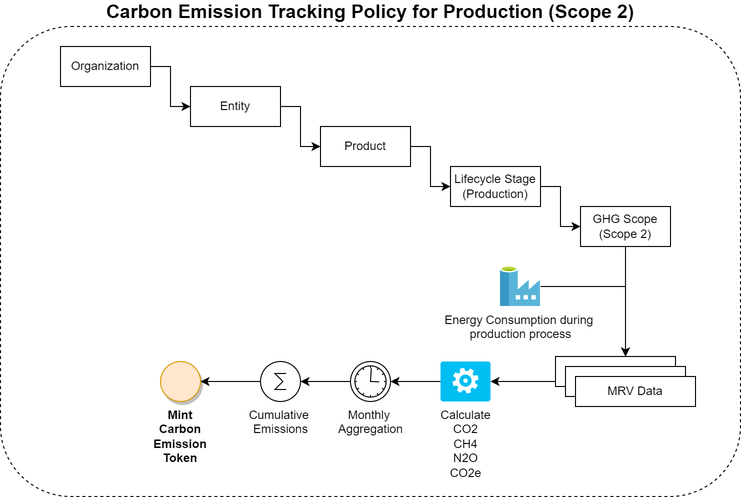
hashgraph/guardian keeps this draw.io diagram as Demo Artifacts/atma GHG Scope II/ProcessOverview.png. Above is the earlier version. Source tidied: cells renumbered, new cells last; positions are measured from the earlier drawing's top-left corner, leaving out a move shared by most shapes.
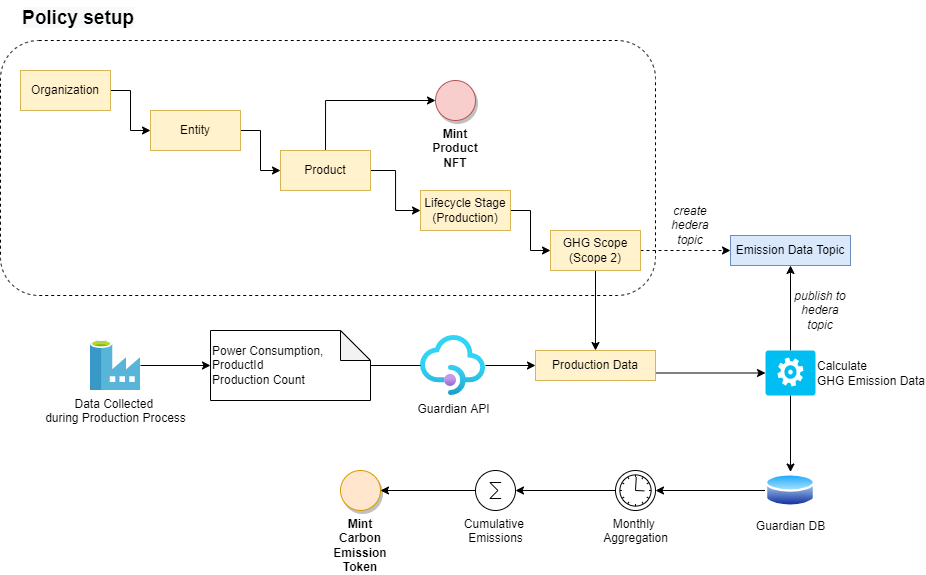
The same file after the commit.

Commit message:
updated atma ghg scope 2 policy + how-to guide with postman collection for setup

The edit, as a diff of the source:
```diff
@@ -2,82 +2,121 @@
   <root>
     <mxCell id="0" />
     <mxCell id="1" parent="0" />
-    <mxCell id="2" value="&lt;b style=&quot;font-size: 19px;&quot;&gt;Carbon Emission Tracking Policy for Production (Scope 2)&lt;/b&gt;" style="rounded=1;whiteSpace=wrap;html=1;dashed=1;fillColor=none;labelPosition=center;verticalLabelPosition=top;align=center;verticalAlign=bottom;fontSize=19;" parent="1" vertex="1">
-      <mxGeometry width="740" height="470" as="geometry" />
-    </mxCell>
+    <mxCell id="27" style="rounded=1;whiteSpace=wrap;html=1;fillColor=none;dashed=1;" parent="1" vertex="1">
+      <mxGeometry x="60" y="180" width="655" height="255" as="geometry" />
+    </mxCell>
     <mxCell id="3" style="edgeStyle=orthogonalEdgeStyle;rounded=0;jettySize=auto;html=1;" parent="1" edge="1" source="4" target="6">
       <mxGeometry relative="1" as="geometry" />
     </mxCell>
-    <mxCell id="4" value="Organization" style="rounded=0;whiteSpace=wrap;html=1;" parent="1" vertex="1">
-      <mxGeometry x="60" y="20" width="90" height="40" as="geometry" />
+    <mxCell id="4" value="Organization" style="rounded=0;whiteSpace=wrap;html=1;fillColor=#fff2cc;strokeColor=#d6b656;" parent="1" vertex="1">
+      <mxGeometry x="80" y="210" width="90" height="40" as="geometry" />
     </mxCell>
     <mxCell id="5" style="edgeStyle=orthogonalEdgeStyle;rounded=0;jettySize=auto;html=1;entryX=0;entryY=0.5;entryDx=0;entryDy=0;" parent="1" edge="1" source="6" target="8">
       <mxGeometry relative="1" as="geometry" />
     </mxCell>
-    <mxCell id="6" value="Entity" style="rounded=0;whiteSpace=wrap;html=1;" parent="1" vertex="1">
-      <mxGeometry x="190" y="60" width="90" height="40" as="geometry" />
+    <mxCell id="6" value="Entity" style="rounded=0;whiteSpace=wrap;html=1;fillColor=#fff2cc;strokeColor=#d6b656;" parent="1" vertex="1">
+      <mxGeometry x="210" y="250" width="90" height="40" as="geometry" />
     </mxCell>
     <mxCell id="7" style="edgeStyle=orthogonalEdgeStyle;rounded=0;jettySize=auto;html=1;entryX=0;entryY=0.5;entryDx=0;entryDy=0;" parent="1" edge="1" source="8" target="10">
       <mxGeometry relative="1" as="geometry" />
     </mxCell>
+    <mxCell id="28" style="edgeStyle=orthogonalEdgeStyle;rounded=0;jettySize=auto;html=1;fontSize=19;entryX=0;entryY=0.5;entryDx=0;entryDy=0;exitX=0.5;exitY=0;exitDx=0;exitDy=0;" parent="1" edge="1" source="8" target="30">
+      <mxGeometry relative="1" as="geometry" />
+    </mxCell>
-    <mxCell id="8" value="Product" style="rounded=0;whiteSpace=wrap;html=1;" parent="1" vertex="1">
-      <mxGeometry x="320" y="100" width="90" height="40" as="geometry" />
+    <mxCell id="8" value="Product" style="rounded=0;whiteSpace=wrap;html=1;fillColor=#fff2cc;strokeColor=#d6b656;" parent="1" vertex="1">
+      <mxGeometry x="340" y="290" width="90" height="40" as="geometry" />
     </mxCell>
     <mxCell id="9" style="edgeStyle=orthogonalEdgeStyle;rounded=0;jettySize=auto;html=1;entryX=0;entryY=0.5;entryDx=0;entryDy=0;" parent="1" edge="1" source="10" target="12">
       <mxGeometry relative="1" as="geometry" />
     </mxCell>
     <mxCell id="10" value="Lifecycle Stage&lt;br&gt;(Production)" style="rounded=0;whiteSpace=wrap;html=1;" parent="1" vertex="1">
-      <mxGeometry x="450" y="140" width="90" height="40" as="geometry" />
+      <mxGeometry x="480" y="330" width="90" height="40" as="geometry" />
     </mxCell>
-    <mxCell id="11" style="edgeStyle=orthogonalEdgeStyle;rounded=0;jettySize=auto;html=1;entryX=0.5;entryY=0;entryDx=0;entryDy=0;" parent="1" edge="1" source="12" target="16">
-      <mxGeometry relative="1" as="geometry" />
-    </mxCell>
+    <mxCell id="29" style="edgeStyle=orthogonalEdgeStyle;rounded=0;jettySize=auto;html=1;entryX=0;entryY=0.5;entryDx=0;entryDy=0;dashed=1;" parent="1" edge="1" source="12" target="33">
+      <mxGeometry relative="1" as="geometry" />
+    </mxCell>
     <mxCell id="12" value="GHG Scope&lt;br&gt;(Scope 2)" style="rounded=0;whiteSpace=wrap;html=1;" parent="1" vertex="1">
-      <mxGeometry x="580" y="180" width="90" height="40" as="geometry" />
+      <mxGeometry x="610" y="370" width="90" height="40" as="geometry" />
     </mxCell>
-    <mxCell id="13" style="edgeStyle=orthogonalEdgeStyle;rounded=0;jettySize=auto;html=1;entryX=0.5;entryY=0;entryDx=0;entryDy=0;" parent="1" edge="1" source="14" target="16">
-      <mxGeometry relative="1" as="geometry" />
-    </mxCell>
-    <mxCell id="14" value="Energy Consumption during &lt;br&gt;production process" style="sketch=0;html=1;points=[];align=center;image;fontSize=12;image=img/lib/mscae/Data_Factory.svg;dashed=1;fillColor=none;" parent="1" vertex="1">
-      <mxGeometry x="500" y="240" width="40" height="40" as="geometry" />
-    </mxCell>
-    <mxCell id="15" style="edgeStyle=orthogonalEdgeStyle;rounded=0;jettySize=auto;html=1;" parent="1" edge="1" source="16">
-      <mxGeometry relative="1" as="geometry">
-        <mxPoint x="490" y="355" as="targetPoint" />
-      </mxGeometry>
-    </mxCell>
-    <mxCell id="16" style="group;" parent="1" vertex="1">
-      <mxGeometry x="555" y="330" width="140" height="50" as="geometry" />
-    </mxCell>
-    <mxCell id="17" style="rounded=0;whiteSpace=wrap;html=1;fillColor=default;" parent="16" vertex="1">
-      <mxGeometry width="120" height="30" as="geometry" />
-    </mxCell>
-    <mxCell id="18" style="rounded=0;whiteSpace=wrap;html=1;fillColor=default;" parent="16" vertex="1">
-      <mxGeometry x="10" y="10" width="120" height="30" as="geometry" />
-    </mxCell>
-    <mxCell id="19" value="MRV Data" style="rounded=0;whiteSpace=wrap;html=1;fillColor=default;" parent="16" vertex="1">
-      <mxGeometry x="20" y="20" width="120" height="30" as="geometry" />
-    </mxCell>
-    <mxCell id="20" style="edgeStyle=orthogonalEdgeStyle;rounded=0;jettySize=auto;html=1;entryX=1;entryY=0.5;entryDx=0;entryDy=0;entryPerimeter=0;" parent="1" edge="1" source="21" target="23">
-      <mxGeometry relative="1" as="geometry" />
-    </mxCell>
-    <mxCell id="21" value="Calculate&lt;br&gt;CO2&lt;br&gt;CH4&lt;br&gt;N2O&lt;br&gt;CO2e" style="verticalLabelPosition=bottom;html=1;verticalAlign=top;align=center;strokeColor=none;fillColor=#00BEF2;shape=mxgraph.azure.worker_role;" parent="1" vertex="1">
-      <mxGeometry x="440" y="335" width="50" height="40" as="geometry" />
-    </mxCell>
     <mxCell id="22" style="edgeStyle=orthogonalEdgeStyle;rounded=0;jettySize=auto;html=1;entryX=1;entryY=0.5;entryDx=0;entryDy=0;entryPerimeter=0;" parent="1" edge="1" source="23" target="25">
       <mxGeometry relative="1" as="geometry" />
     </mxCell>
     <mxCell id="23" value="Monthly&amp;nbsp;&lt;br&gt;Aggregation" style="points=[[0.145,0.145,0],[0.5,0,0],[0.855,0.145,0],[1,0.5,0],[0.855,0.855,0],[0.5,1,0],[0.145,0.855,0],[0,0.5,0]];shape=mxgraph.bpmn.event;html=1;verticalLabelPosition=bottom;labelBackgroundColor=#ffffff;verticalAlign=top;align=center;perimeter=ellipsePerimeter;outlineConnect=0;outline=standard;symbol=timer;fillColor=default;" parent="1" vertex="1">
-      <mxGeometry x="350" y="335" width="40" height="40" as="geometry" />
+      <mxGeometry x="675" y="610" width="40" height="40" as="geometry" />
     </mxCell>
     <mxCell id="24" style="edgeStyle=orthogonalEdgeStyle;rounded=0;jettySize=auto;html=1;entryX=1;entryY=0.5;entryDx=0;entryDy=0;" parent="1" edge="1" source="25" target="26">
       <mxGeometry relative="1" as="geometry" />
     </mxCell>
     <mxCell id="25" value="Cumulative &lt;br&gt;Emissions" style="verticalLabelPosition=bottom;shadow=0;dashed=0;align=center;html=1;verticalAlign=top;shape=mxgraph.electrical.abstract.sum;fillColor=default;" parent="1" vertex="1">
-      <mxGeometry x="260" y="335" width="40" height="40" as="geometry" />
+      <mxGeometry x="535" y="610" width="40" height="40" as="geometry" />
     </mxCell>
     <mxCell id="26" value="Mint Carbon Emission Token" style="ellipse;whiteSpace=wrap;html=1;fillColor=#ffe6cc;shadow=1;strokeColor=#d79b00;labelPosition=center;verticalLabelPosition=bottom;align=center;verticalAlign=top;fontStyle=1;" parent="1" vertex="1">
-      <mxGeometry x="160" y="335" width="40" height="40" as="geometry" />
+      <mxGeometry x="400" y="610" width="40" height="40" as="geometry" />
     </mxCell>
+    <mxCell id="30" value="Mint Product NFT" style="ellipse;whiteSpace=wrap;html=1;fillColor=#f8cecc;shadow=1;strokeColor=#b85450;labelPosition=center;verticalLabelPosition=bottom;align=center;verticalAlign=top;fontStyle=1;" parent="1" vertex="1">
+      <mxGeometry x="495" y="220" width="40" height="40" as="geometry" />
+    </mxCell>
+    <mxCell id="31" value="&lt;b style=&quot;color: rgb(0 , 0 , 0) ; font-family: &amp;#34;helvetica&amp;#34; ; font-size: 19px ; font-style: normal ; letter-spacing: normal ; text-align: center ; text-indent: 0px ; text-transform: none ; word-spacing: 0px ; background-color: rgb(248 , 249 , 250)&quot;&gt;Policy setup&lt;/b&gt;" style="text;whiteSpace=wrap;html=1;" parent="1" vertex="1">
+      <mxGeometry x="80" y="140" width="550" height="50" as="geometry" />
+    </mxCell>
+    <mxCell id="32" style="edgeStyle=orthogonalEdgeStyle;rounded=0;jettySize=auto;html=1;entryX=0;entryY=0.5;entryDx=0;entryDy=0;entryPerimeter=0;" parent="1" edge="1" target="36">
+      <mxGeometry relative="1" as="geometry">
+        <mxPoint x="715" y="512.5" as="sourcePoint" />
+      </mxGeometry>
+    </mxCell>
+    <mxCell id="33" value="Emission Data Topic" style="rounded=0;whiteSpace=wrap;html=1;fillColor=#dae8fc;strokeColor=#6c8ebf;" parent="1" vertex="1">
+      <mxGeometry x="790" y="375" width="120" height="30" as="geometry" />
+    </mxCell>
+    <mxCell id="34" style="edgeStyle=orthogonalEdgeStyle;rounded=0;jettySize=auto;html=1;" parent="1" edge="1" source="36" target="33">
+      <mxGeometry relative="1" as="geometry" />
+    </mxCell>
+    <mxCell id="35" style="edgeStyle=orthogonalEdgeStyle;rounded=0;jettySize=auto;html=1;entryX=0.5;entryY=0;entryDx=0;entryDy=0;" parent="1" edge="1" source="36" target="50">
+      <mxGeometry relative="1" as="geometry" />
+    </mxCell>
+    <mxCell id="36" value="Calculate&lt;br&gt;GHG Emission Data" style="verticalLabelPosition=middle;html=1;verticalAlign=middle;align=left;strokeColor=none;fillColor=#00BEF2;shape=mxgraph.azure.worker_role;labelPosition=right;" parent="1" vertex="1">
+      <mxGeometry x="825" y="490" width="50" height="45" as="geometry" />
+    </mxCell>
+    <mxCell id="37" style="edgeStyle=orthogonalEdgeStyle;rounded=0;jettySize=auto;html=1;startArrow=none;" parent="1" edge="1" source="48" target="41">
+      <mxGeometry relative="1" as="geometry" />
+    </mxCell>
+    <mxCell id="38" value="&lt;span&gt;Power Consumption,&lt;/span&gt;&lt;br&gt;&lt;span&gt;ProductId&lt;/span&gt;&lt;br&gt;&lt;span&gt;Production Count&lt;/span&gt;" style="shape=note;whiteSpace=wrap;html=1;backgroundOutline=1;darkOpacity=0.05;rounded=1;fillColor=none;align=left;" parent="1" vertex="1">
+      <mxGeometry x="270" y="470" width="160" height="70" as="geometry" />
+    </mxCell>
+    <mxCell id="39" style="edgeStyle=orthogonalEdgeStyle;rounded=0;jettySize=auto;html=1;entryX=0;entryY=0.5;entryDx=0;entryDy=0;entryPerimeter=0;" parent="1" edge="1" source="40" target="38">
+      <mxGeometry relative="1" as="geometry" />
+    </mxCell>
+    <mxCell id="40" value="Data Collected &lt;br&gt;during Production Process" style="sketch=0;html=1;points=[];align=center;image;fontSize=12;image=img/lib/mscae/Data_Factory.svg;rounded=1;fillColor=none;" parent="1" vertex="1">
+      <mxGeometry x="150" y="480" width="50" height="50" as="geometry" />
+    </mxCell>
+    <mxCell id="41" value="Production Data" style="rounded=0;whiteSpace=wrap;html=1;fillColor=#fff2cc;strokeColor=#d6b656;" parent="1" vertex="1">
+      <mxGeometry x="595" y="490" width="120" height="30" as="geometry" />
+    </mxCell>
+    <mxCell id="42" style="edgeStyle=orthogonalEdgeStyle;rounded=0;jettySize=auto;html=1;" parent="1" edge="1" source="43" target="41">
+      <mxGeometry relative="1" as="geometry" />
+    </mxCell>
+    <mxCell id="43" value="GHG Scope&lt;br&gt;(Scope 2)" style="rounded=0;whiteSpace=wrap;html=1;fillColor=#fff2cc;strokeColor=#d6b656;" parent="1" vertex="1">
+      <mxGeometry x="610" y="370" width="90" height="40" as="geometry" />
+    </mxCell>
+    <mxCell id="44" value="Lifecycle Stage&lt;br&gt;(Production)" style="rounded=0;whiteSpace=wrap;html=1;fillColor=#fff2cc;strokeColor=#d6b656;" parent="1" vertex="1">
+      <mxGeometry x="480" y="330" width="90" height="40" as="geometry" />
+    </mxCell>
+    <mxCell id="45" style="edgeStyle=orthogonalEdgeStyle;rounded=0;jettySize=auto;html=1;entryX=1;entryY=0.5;entryDx=0;entryDy=0;entryPerimeter=0;exitX=0;exitY=0.5;exitDx=0;exitDy=0;" parent="1" edge="1" source="50" target="23">
+      <mxGeometry relative="1" as="geometry" />
+    </mxCell>
+    <mxCell id="46" value="publish to hedera topic" style="text;html=1;strokeColor=none;fillColor=none;align=center;verticalAlign=middle;whiteSpace=wrap;rounded=0;fontStyle=2;" parent="1" vertex="1">
+      <mxGeometry x="850" y="435" width="60" height="30" as="geometry" />
+    </mxCell>
+    <mxCell id="47" value="create hedera topic" style="text;html=1;strokeColor=none;fillColor=none;align=center;verticalAlign=middle;whiteSpace=wrap;rounded=0;fontStyle=2;" parent="1" vertex="1">
+      <mxGeometry x="720" y="350" width="60" height="30" as="geometry" />
+    </mxCell>
+    <mxCell id="48" value="Guardian API" style="html=1;points=[];align=center;image;fontSize=12;image=img/lib/azure2/app_services/API_Management_Services.svg;rounded=1;fillColor=none;" parent="1" vertex="1">
+      <mxGeometry x="480" y="475" width="65" height="60" as="geometry" />
+    </mxCell>
+    <mxCell id="49" style="edgeStyle=orthogonalEdgeStyle;rounded=0;jettySize=auto;html=1;entryX=0;entryY=0.5;entryDx=0;entryDy=0;endArrow=none;" parent="1" edge="1" source="38" target="48">
+      <mxGeometry relative="1" as="geometry" />
+    </mxCell>
+    <mxCell id="50" value="Guardian DB" style="perimeter=ellipsePerimeter;html=1;align=center;shadow=0;dashed=0;spacingTop=3;image;image=img/lib/active_directory/database.svg;rounded=1;labelBackgroundColor=none;fillColor=none;" parent="1" vertex="1">
+      <mxGeometry x="825" y="611.5" width="50" height="37" as="geometry" />
+    </mxCell>
   </root>
 </mxGraphModel>
```
